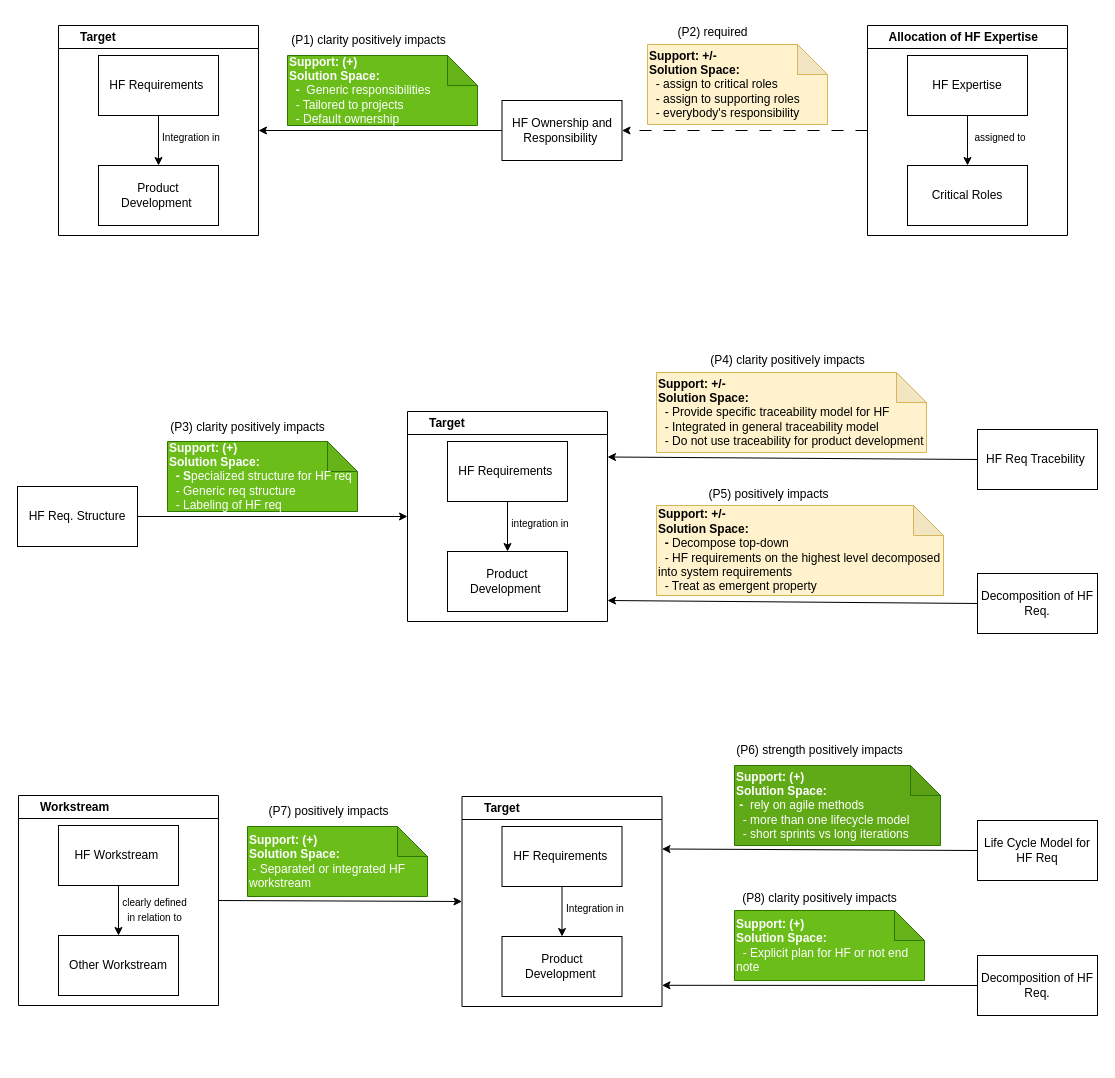
Before: page "Page-1" (1 of 2) of HF Strategy.drawio in amnapir/Figures, a draw.io diagram. Source tidied: cells renumbered, new cells numbered last; positions are measured from the earlier drawing's top-left corner, leaving out a move shared by most shapes. Both pictures are drawn from the tidied source at 100%, with x=0, y=0 at pixel (17, 17).
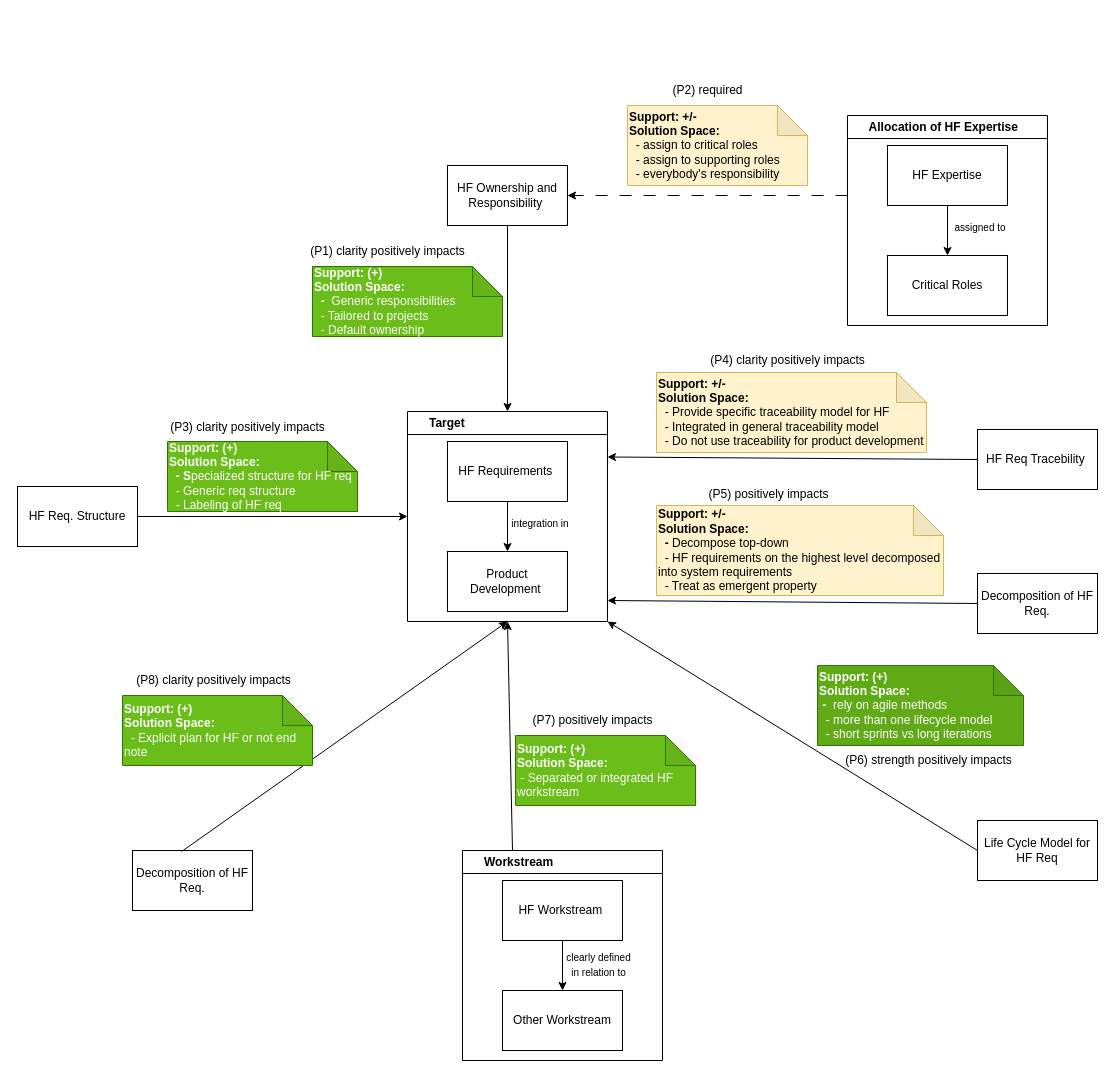
Above is the later version.

The change refers to these unchanged cells:
```xml
<mxCell id="18" value="Life Cycle Model for HF Req" style="rounded=0;whiteSpace=wrap;html=1;" parent="1" vertex="1">
  <mxGeometry x="960" y="803" width="120" height="60" as="geometry" />
</mxCell>
<mxCell id="35" value="&amp;nbsp; &amp;nbsp; &amp;nbsp; Target&amp;nbsp;" style="swimlane;whiteSpace=wrap;html=1;align=left;" parent="1" vertex="1">
  <mxGeometry x="390" y="394" width="200" height="210" as="geometry" />
</mxCell>
```

What changed in the source:
```diff
@@
     <mxCell id="2" value="&lt;b&gt;Support: (+)&lt;br&gt;Solution Space:&lt;br&gt;&amp;nbsp; -&amp;nbsp;&lt;/b&gt;&amp;nbsp;Generic responsibilities&lt;div&gt;&amp;nbsp; - Tailored to projects&lt;/div&gt;&lt;div&gt;&amp;nbsp; - Default ownership&lt;/div&gt;" style="shape=note;whiteSpace=wrap;html=1;backgroundOutline=1;darkOpacity=0.05;size=30;align=left;fillColor=#6BBD1A;strokeColor=#2D7600;fontColor=#ffffff;" parent="1" vertex="1">
-      <mxGeometry x="270" y="38" width="190" height="70" as="geometry" />
+      <mxGeometry x="295" y="249" width="190" height="70" as="geometry" />
     </mxCell>
     <mxCell id="3" value="HF Ownership and Responsibility&amp;nbsp;" style="rounded=0;whiteSpace=wrap;html=1;" parent="1" vertex="1">
-      <mxGeometry x="484.5" y="83" width="120" height="60" as="geometry" />
+      <mxGeometry x="430" y="148" width="120" height="60" as="geometry" />
     </mxCell>
-    <mxCell id="4" value="&amp;nbsp; &amp;nbsp; &amp;nbsp; Target&amp;nbsp;" style="swimlane;whiteSpace=wrap;html=1;align=left;" parent="1" vertex="1">
-      <mxGeometry x="41" y="8" width="200" height="210" as="geometry" />
-    </mxCell>
-    <mxCell id="5" value="HF Requirements&amp;nbsp;" style="rounded=0;whiteSpace=wrap;html=1;" parent="4" vertex="1">
-      <mxGeometry x="40" y="30" width="120" height="60" as="geometry" />
-    </mxCell>
-    <mxCell id="6" value="Product Development&amp;nbsp;" style="rounded=0;whiteSpace=wrap;html=1;" parent="4" vertex="1">
-      <mxGeometry x="40" y="140" width="120" height="60" as="geometry" />
-    </mxCell>
-    <mxCell id="7" style="endArrow=classic;html=1;rounded=0;exitX=0.5;exitY=1;exitDx=0;exitDy=0;entryX=0.5;entryY=0;entryDx=0;entryDy=0;" parent="4" edge="1" source="5" target="6">
-      <mxGeometry relative="1" as="geometry" />
-    </mxCell>
-    <mxCell id="8" value="&lt;font style=&quot;font-size: 10px;&quot;&gt;Integration in&lt;/font&gt;" style="text;html=1;strokeColor=none;fillColor=none;align=center;verticalAlign=middle;whiteSpace=wrap;rounded=0;" parent="4" vertex="1">
-      <mxGeometry x="103" y="102" width="60" height="20" as="geometry" />
-    </mxCell>
     <mxCell id="9" value="&lt;b style=&quot;border-color: var(--border-color);&quot;&gt;Support: +/-&lt;br style=&quot;border-color: var(--border-color);&quot;&gt;Solution Space:&lt;br style=&quot;border-color: var(--border-color);&quot;&gt;&amp;nbsp;&lt;/b&gt;&lt;span style=&quot;border-color: var(--border-color);&quot;&gt; - assign to critical roles&lt;div&gt;&amp;nbsp; - assign to supporting roles&lt;/div&gt;&lt;div&gt;&amp;nbsp; - everybody's responsibility&lt;/div&gt;&lt;/span&gt;" style="shape=note;whiteSpace=wrap;html=1;backgroundOutline=1;darkOpacity=0.05;size=30;align=left;fillColor=#fff2cc;strokeColor=#d6b656;" parent="1" vertex="1">
-      <mxGeometry x="630" y="27" width="180" height="80" as="geometry" />
+      <mxGeometry x="610" y="88" width="180" height="80" as="geometry" />
     </mxCell>
     <mxCell id="10" value="(P1) clarity positively impacts" style="text;html=1;align=center;verticalAlign=middle;strokeColor=none;fillColor=none;" parent="1" vertex="1">
-      <mxGeometry x="261" y="8" width="180" height="30" as="geometry" />
+      <mxGeometry x="280" y="219" width="180" height="30" as="geometry" />
     </mxCell>
     <mxCell id="11" value="(P2) required" style="text;html=1;align=center;verticalAlign=middle;strokeColor=none;fillColor=none;" parent="1" vertex="1">
-      <mxGeometry x="650" width="90" height="30" as="geometry" />
+      <mxGeometry x="645" y="58" width="90" height="30" as="geometry" />
     </mxCell>
     <mxCell id="12" value="&lt;b&gt;Support: (+)&lt;br&gt;Solution Space:&lt;/b&gt;&amp;nbsp;&lt;br&gt;&amp;nbsp;- Separated or integrated HF workstream" style="shape=note;whiteSpace=wrap;html=1;backgroundOutline=1;darkOpacity=0.05;size=30;align=left;fillColor=#6BBD1A;strokeColor=#2D7600;fontColor=#ffffff;" parent="1" vertex="1">
-      <mxGeometry x="230" y="809" width="180" height="70" as="geometry" />
+      <mxGeometry x="498" y="718" width="180" height="70" as="geometry" />
     </mxCell>
-    <mxCell id="13" value="&amp;nbsp; &amp;nbsp; &amp;nbsp; Target&amp;nbsp;" style="swimlane;whiteSpace=wrap;html=1;align=left;" parent="1" vertex="1">
-      <mxGeometry x="444.5" y="779" width="200" height="210" as="geometry" />
-    </mxCell>
-    <mxCell id="14" value="HF Requirements&amp;nbsp;" style="rounded=0;whiteSpace=wrap;html=1;" parent="13" vertex="1">
-      <mxGeometry x="40" y="30" width="120" height="60" as="geometry" />
-    </mxCell>
-    <mxCell id="15" value="Product Development&amp;nbsp;" style="rounded=0;whiteSpace=wrap;html=1;" parent="13" vertex="1">
-      <mxGeometry x="40" y="140" width="120" height="60" as="geometry" />
-    </mxCell>
-    <mxCell id="16" style="endArrow=classic;html=1;rounded=0;exitX=0.5;exitY=1;exitDx=0;exitDy=0;entryX=0.5;entryY=0;entryDx=0;entryDy=0;" parent="13" edge="1" source="14" target="15">
-      <mxGeometry relative="1" as="geometry" />
-    </mxCell>
-    <mxCell id="17" value="&lt;font style=&quot;font-size: 10px;&quot;&gt;Integration in&lt;/font&gt;" style="text;html=1;strokeColor=none;fillColor=none;align=center;verticalAlign=middle;whiteSpace=wrap;rounded=0;" parent="13" vertex="1">
-      <mxGeometry x="103" y="102" width="60" height="20" as="geometry" />
-    </mxCell>
@@
-    <mxCell id="19" style="endArrow=classic;html=1;rounded=0;exitX=0;exitY=0.5;exitDx=0;exitDy=0;entryX=1;entryY=0.25;entryDx=0;entryDy=0;" parent="1" edge="1" source="18" target="13">
+    <mxCell id="19" style="endArrow=classic;html=1;rounded=0;exitX=0;exitY=0.5;exitDx=0;exitDy=0;entryX=1;entryY=1;entryDx=0;entryDy=0;" parent="1" edge="1" source="18" target="35">
       <mxGeometry relative="1" as="geometry" />
     </mxCell>
     <mxCell id="20" value="&lt;b style=&quot;border-color: var(--border-color); caret-color: rgb(255, 255, 255);&quot;&gt;Support: (+)&lt;br style=&quot;border-color: var(--border-color);&quot;&gt;Solution Space:&lt;br style=&quot;border-color: var(--border-color);&quot;&gt;&amp;nbsp;-&amp;nbsp;&lt;/b&gt;&amp;nbsp;rely on agile methods&lt;div style=&quot;border-color: var(--border-color); caret-color: rgb(255, 255, 255);&quot;&gt;&amp;nbsp; - more than one lifecycle model&lt;/div&gt;&lt;div style=&quot;border-color: var(--border-color); caret-color: rgb(255, 255, 255);&quot;&gt;&amp;nbsp; - short sprints vs long iterations&lt;/div&gt;" style="shape=note;whiteSpace=wrap;html=1;backgroundOutline=1;darkOpacity=0.05;size=30;align=left;fillColor=#60a917;strokeColor=#2D7600;fontColor=#ffffff;" parent="1" vertex="1">
-      <mxGeometry x="717" y="748" width="206" height="80" as="geometry" />
+      <mxGeometry x="800" y="648" width="206" height="80" as="geometry" />
     </mxCell>
     <mxCell id="21" value="Decomposition of HF Req." style="rounded=0;whiteSpace=wrap;html=1;" parent="1" vertex="1">
-      <mxGeometry x="960" y="938" width="120" height="60" as="geometry" />
+      <mxGeometry x="115" y="833" width="120" height="60" as="geometry" />
     </mxCell>
-    <mxCell id="22" style="endArrow=classic;html=1;rounded=0;" parent="1" edge="1">
-      <mxGeometry relative="1" as="geometry">
-        <mxPoint x="960" y="968" as="sourcePoint" />
-        <mxPoint x="644.5" y="967.8" as="targetPoint" />
-      </mxGeometry>
+    <mxCell id="22" style="endArrow=classic;html=1;rounded=0;entryX=0.5;entryY=1;entryDx=0;entryDy=0;exitX=0.409;exitY=0.017;exitDx=0;exitDy=0;exitPerimeter=0;" parent="1" edge="1" source="21" target="35">
+      <mxGeometry relative="1" as="geometry" />
     </mxCell>
     <mxCell id="23" value="(P7) positively impacts" style="text;html=1;align=center;verticalAlign=middle;strokeColor=none;fillColor=none;" parent="1" vertex="1">
-      <mxGeometry x="241" y="779" width="140" height="30" as="geometry" />
+      <mxGeometry x="505" y="688" width="140" height="30" as="geometry" />
     </mxCell>
     <mxCell id="24" value="(P6) strength positively impacts" style="text;html=1;align=center;verticalAlign=middle;strokeColor=none;fillColor=none;" parent="1" vertex="1">
-      <mxGeometry x="707" y="718" width="190" height="30" as="geometry" />
+      <mxGeometry x="816" y="728" width="190" height="30" as="geometry" />
     </mxCell>
-    <mxCell id="25" style="endArrow=classic;html=1;rounded=0;exitX=1;exitY=0.5;exitDx=0;exitDy=0;entryX=0;entryY=0.5;entryDx=0;entryDy=0;" parent="1" edge="1" target="13">
-      <mxGeometry relative="1" as="geometry">
-        <mxPoint x="201" y="883" as="sourcePoint" />
-      </mxGeometry>
+    <mxCell id="25" style="endArrow=classic;html=1;rounded=0;exitX=0.25;exitY=0;exitDx=0;exitDy=0;entryX=0.5;entryY=1;entryDx=0;entryDy=0;" parent="1" edge="1" source="28" target="35">
+      <mxGeometry relative="1" as="geometry" />
     </mxCell>
     <mxCell id="26" value="(P8) clarity positively impacts" style="text;html=1;align=center;verticalAlign=middle;strokeColor=none;fillColor=none;" parent="1" vertex="1">
-      <mxGeometry x="712" y="866" width="180" height="30" as="geometry" />
+      <mxGeometry x="106" y="648" width="180" height="30" as="geometry" />
     </mxCell>
     <mxCell id="27" value="&lt;b&gt;Support: (+)&lt;br&gt;Solution Space:&lt;br&gt;&amp;nbsp;&lt;/b&gt;&amp;nbsp;- Explicit plan for HF or not end note" style="shape=note;whiteSpace=wrap;html=1;backgroundOutline=1;darkOpacity=0.05;size=30;align=left;fillColor=#6BBD1A;strokeColor=#2D7600;fontColor=#ffffff;" parent="1" vertex="1">
-      <mxGeometry x="717" y="893" width="190" height="70" as="geometry" />
+      <mxGeometry x="105" y="678" width="190" height="70" as="geometry" />
     </mxCell>
     <mxCell id="28" value="&amp;nbsp; &amp;nbsp; &amp;nbsp; Workstream" style="swimlane;whiteSpace=wrap;html=1;align=left;" parent="1" vertex="1">
-      <mxGeometry x="1" y="778" width="200" height="210" as="geometry" />
+      <mxGeometry x="445" y="833" width="200" height="210" as="geometry" />
     </mxCell>
@@
     <mxCell id="50" value="&amp;nbsp; &amp;nbsp; &amp;nbsp; Allocation of HF Expertise&amp;nbsp;" style="swimlane;whiteSpace=wrap;html=1;align=left;" parent="1" vertex="1">
-      <mxGeometry x="850" y="8" width="200" height="210" as="geometry" />
+      <mxGeometry x="830" y="98" width="200" height="210" as="geometry" />
     </mxCell>
@@
-    <mxCell id="55" style="endArrow=classic;html=1;rounded=0;exitX=0;exitY=0.5;exitDx=0;exitDy=0;dashed=1;dashPattern=12 12;entryX=1;entryY=0.5;entryDx=0;entryDy=0;" parent="1" edge="1" source="50" target="3">
-      <mxGeometry relative="1" as="geometry" />
+    <mxCell id="55" style="endArrow=classic;html=1;rounded=0;dashed=1;dashPattern=12 12;entryX=1;entryY=0.5;entryDx=0;entryDy=0;" parent="1" edge="1" target="3">
+      <mxGeometry relative="1" as="geometry">
+        <mxPoint x="830" y="178" as="sourcePoint" />
+      </mxGeometry>
     </mxCell>
-    <mxCell id="56" style="endArrow=classic;html=1;rounded=0;entryX=1;entryY=0.5;entryDx=0;entryDy=0;exitX=0;exitY=0.5;exitDx=0;exitDy=0;" parent="1" edge="1" source="3" target="4">
-      <mxGeometry relative="1" as="geometry" />
+    <mxCell id="56" style="endArrow=classic;html=1;rounded=0;entryX=0.5;entryY=0;entryDx=0;entryDy=0;" parent="1" edge="1" target="35">
+      <mxGeometry relative="1" as="geometry">
+        <mxPoint x="490" y="208" as="sourcePoint" />
+      </mxGeometry>
     </mxCell>
```
